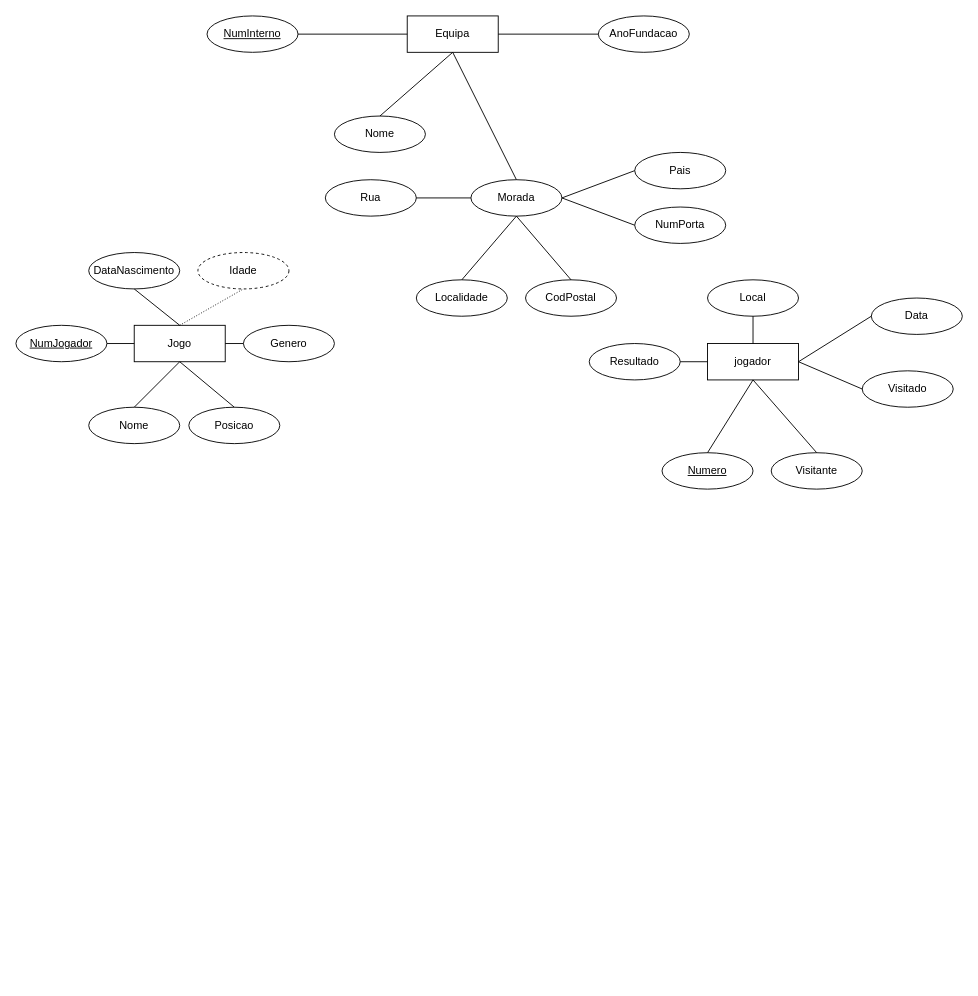
Before: Equipas de futebol.drawio in JoaoCorreia2008/Diagrama-escolar-, a draw.io diagram. Source tidied: cells renumbered, new cells numbered last; positions are measured from the earlier drawing's top-left corner, leaving out a move shared by most shapes. Both pictures are drawn from the tidied source at 91%, with x=0, y=0 at pixel (15, 15).
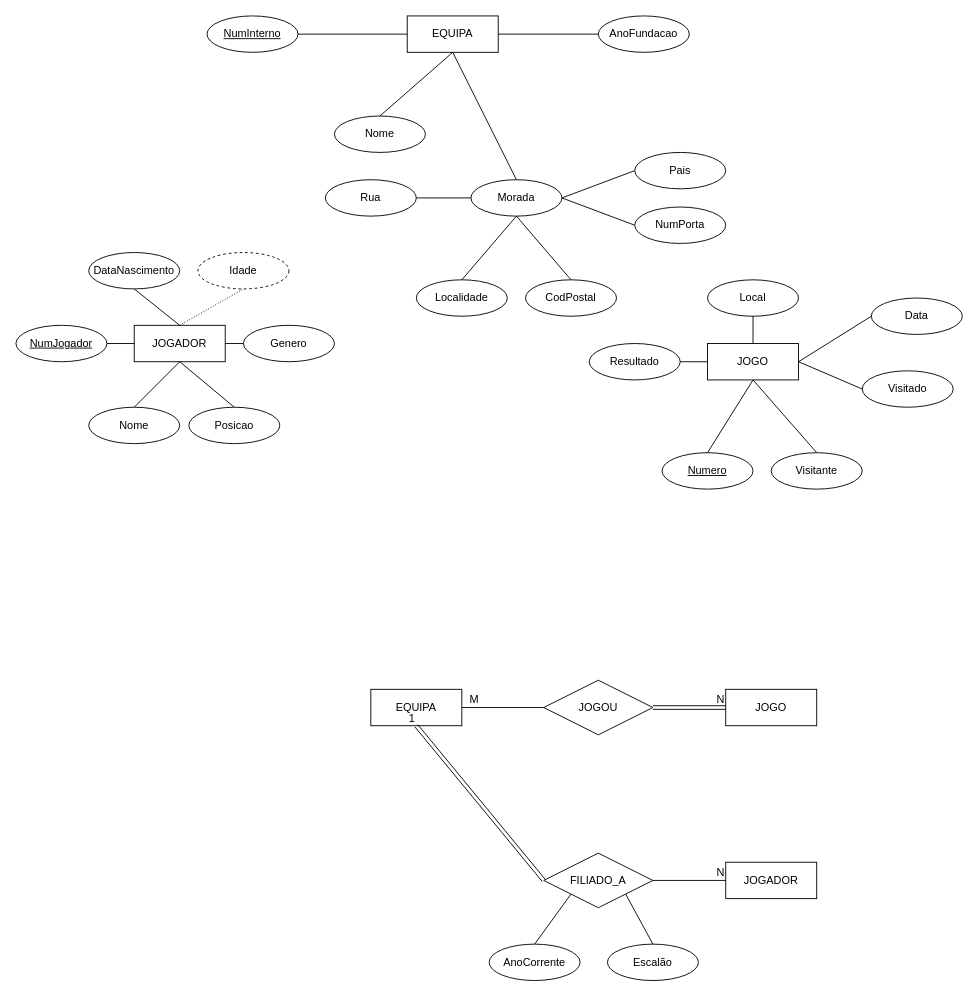
After the change.

Change to the diagram source:
```diff
@@
-    <mxCell id="3" value="Jogo" style="whiteSpace=wrap;html=1;align=center;" parent="1" vertex="1">
+    <mxCell id="3" value="JOGADOR" style="whiteSpace=wrap;html=1;align=center;" parent="1" vertex="1">
       <mxGeometry x="130" y="340" width="100" height="40" as="geometry" />
     </mxCell>
-    <mxCell id="4" value="Equipa" style="whiteSpace=wrap;html=1;align=center;" parent="1" vertex="1">
+    <mxCell id="4" value="EQUIPA" style="whiteSpace=wrap;html=1;align=center;" parent="1" vertex="1">
       <mxGeometry x="430" width="100" height="40" as="geometry" />
     </mxCell>
-    <mxCell id="5" value="jogador" style="whiteSpace=wrap;html=1;align=center;" parent="1" vertex="1">
+    <mxCell id="5" value="JOGO" style="whiteSpace=wrap;html=1;align=center;" parent="1" vertex="1">
       <mxGeometry x="760" y="360" width="100" height="40" as="geometry" />
     </mxCell>
@@
+    <mxCell id="47" value="JOGOU" style="shape=rhombus;perimeter=rhombusPerimeter;whiteSpace=wrap;html=1;align=center;" parent="1" vertex="1">
+      <mxGeometry x="580" y="730" width="120" height="60" as="geometry" />
+    </mxCell>
+    <mxCell id="48" value="EQUIPA" style="whiteSpace=wrap;html=1;align=center;" parent="1" vertex="1">
+      <mxGeometry x="390" y="740" width="100" height="40" as="geometry" />
+    </mxCell>
+    <mxCell id="49" value="JOGO" style="whiteSpace=wrap;html=1;align=center;" parent="1" vertex="1">
+      <mxGeometry x="780" y="740" width="100" height="40" as="geometry" />
+    </mxCell>
+    <mxCell id="50" value="FILIADO_A" style="shape=rhombus;perimeter=rhombusPerimeter;whiteSpace=wrap;html=1;align=center;" parent="1" vertex="1">
+      <mxGeometry x="580" y="920" width="120" height="60" as="geometry" />
+    </mxCell>
+    <mxCell id="51" value="JOGADOR" style="whiteSpace=wrap;html=1;align=center;" parent="1" vertex="1">
+      <mxGeometry x="780" y="930" width="100" height="40" as="geometry" />
+    </mxCell>
+    <mxCell id="52" style="endArrow=none;html=1;rounded=0;exitX=1;exitY=0.5;exitDx=0;exitDy=0;entryX=0;entryY=0.5;entryDx=0;entryDy=0;" parent="1" edge="1" source="48" target="47">
+      <mxGeometry relative="1" as="geometry" />
+    </mxCell>
+    <mxCell id="53" value="M" style="html=1;whiteSpace=wrap;align=right;verticalAlign=bottom;" parent="52" vertex="1">
+      <mxGeometry x="1" relative="1" as="geometry">
+        <mxPoint x="-70" as="offset" />
+      </mxGeometry>
+    </mxCell>
+    <mxCell id="54" style="shape=link;html=1;rounded=0;exitX=1;exitY=0.5;exitDx=0;exitDy=0;entryX=0;entryY=0.5;entryDx=0;entryDy=0;" parent="1" edge="1" source="47" target="49">
+      <mxGeometry relative="1" as="geometry" />
+    </mxCell>
+    <mxCell id="55" value="N" style="html=1;whiteSpace=wrap;align=right;verticalAlign=bottom;" parent="54" vertex="1">
+      <mxGeometry x="1" relative="1" as="geometry" />
+    </mxCell>
+    <mxCell id="56" value="AnoCorrente" style="ellipse;whiteSpace=wrap;html=1;align=center;" parent="1" vertex="1">
+      <mxGeometry x="520" y="1020" width="100" height="40" as="geometry" />
+    </mxCell>
+    <mxCell id="57" value="Escalão" style="ellipse;whiteSpace=wrap;html=1;align=center;" parent="1" vertex="1">
+      <mxGeometry x="650" y="1020" width="100" height="40" as="geometry" />
+    </mxCell>
+    <mxCell id="58" style="endArrow=none;html=1;rounded=0;exitX=0.5;exitY=0;exitDx=0;exitDy=0;entryX=0;entryY=1;entryDx=0;entryDy=0;" parent="1" edge="1" source="56" target="50">
+      <mxGeometry relative="1" as="geometry" />
+    </mxCell>
+    <mxCell id="59" style="endArrow=none;html=1;rounded=0;exitX=0.5;exitY=0;exitDx=0;exitDy=0;entryX=1;entryY=1;entryDx=0;entryDy=0;" parent="1" edge="1" source="57" target="50">
+      <mxGeometry relative="1" as="geometry" />
+    </mxCell>
+    <mxCell id="60" style="endArrow=none;html=1;rounded=0;entryX=0;entryY=0.5;entryDx=0;entryDy=0;exitX=1;exitY=0.5;exitDx=0;exitDy=0;" parent="1" edge="1" source="50" target="51">
+      <mxGeometry relative="1" as="geometry" />
+    </mxCell>
+    <mxCell id="61" value="N" style="html=1;whiteSpace=wrap;align=right;verticalAlign=bottom;" parent="60" vertex="1">
+      <mxGeometry x="1" relative="1" as="geometry" />
+    </mxCell>
+    <mxCell id="62" style="shape=link;html=1;rounded=0;exitX=0;exitY=0.5;exitDx=0;exitDy=0;entryX=0.5;entryY=1;entryDx=0;entryDy=0;" parent="1" edge="1" source="50" target="48">
+      <mxGeometry relative="1" as="geometry" />
+    </mxCell>
+    <mxCell id="63" value="1" style="html=1;whiteSpace=wrap;align=right;verticalAlign=bottom;" parent="62" vertex="1">
+      <mxGeometry x="1" relative="1" as="geometry" />
+    </mxCell>
```
